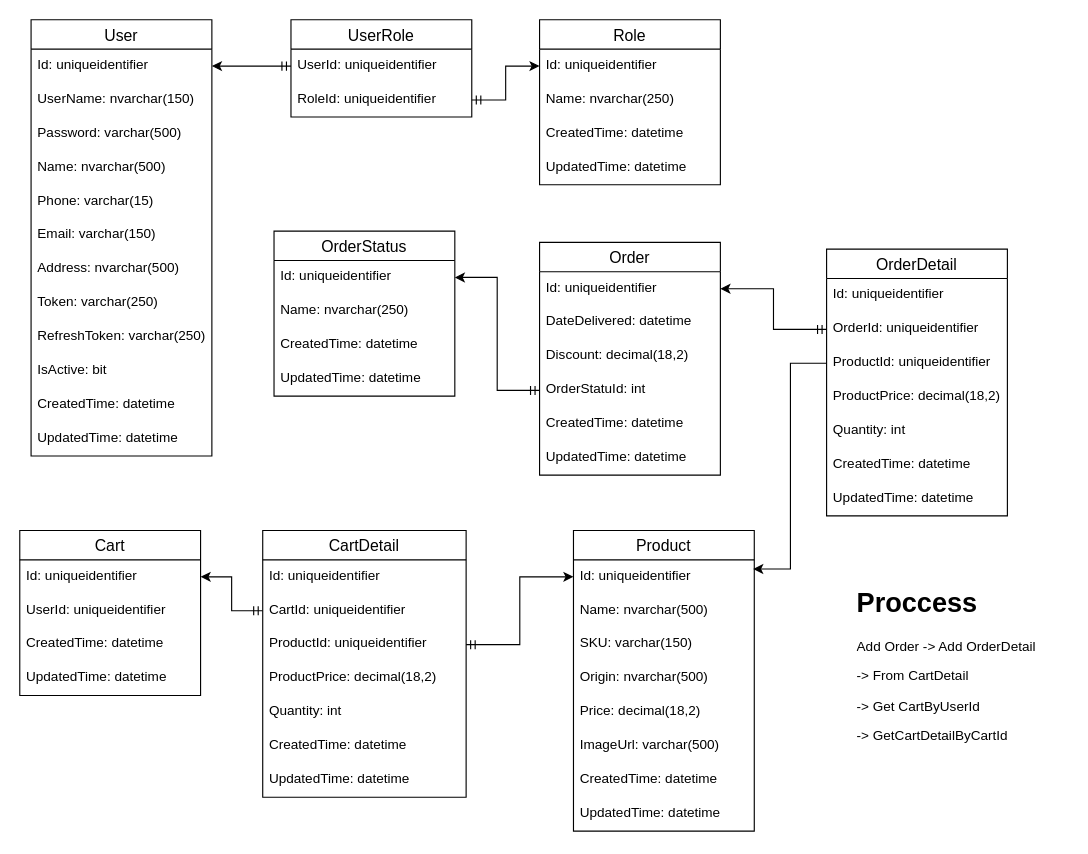
Earlier version of the draw.io diagram page "Database" (1 of 4) of DatabaseSimple.drawio (tientv-sothink-jp/order-process-training). Source tidied: cells renumbered, new cells numbered last; positions are measured from the earlier drawing's top-left corner, leaving out a move shared by most shapes. Both pictures are drawn from the tidied source at 113%, with x=0, y=0 at pixel (19, 19).
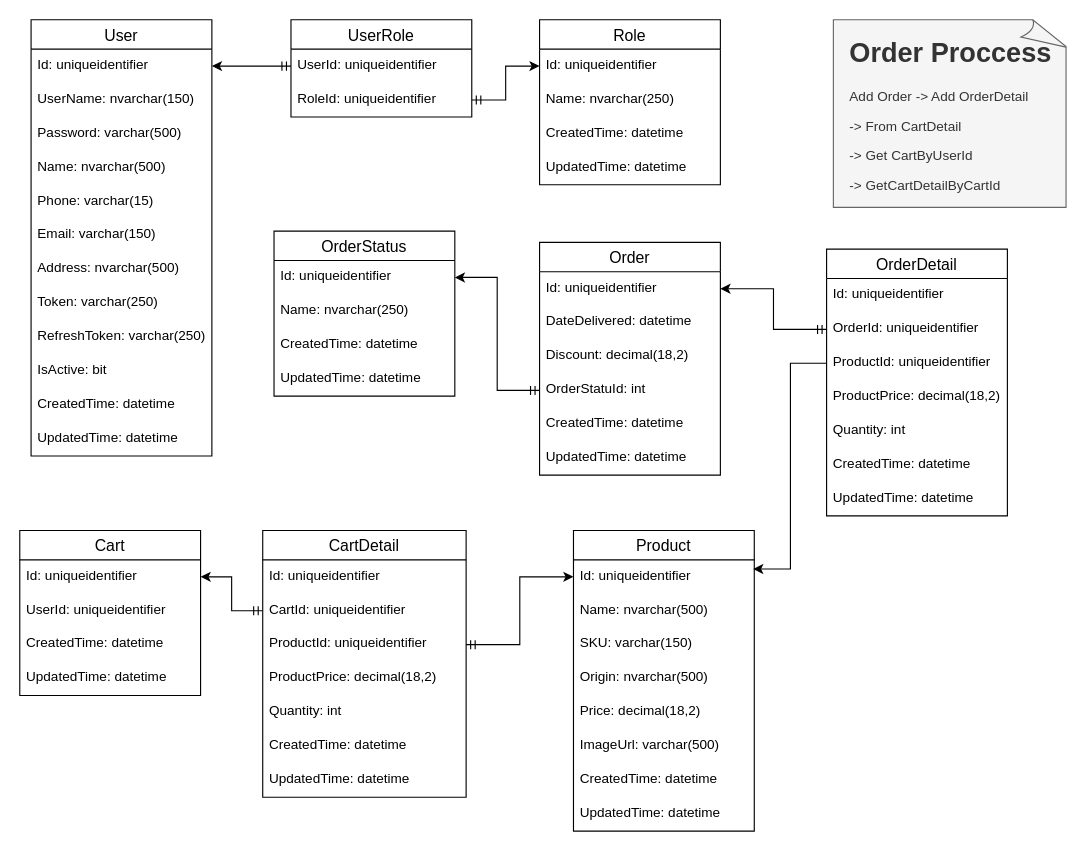
Above is the later version.

Change to the diagram source:
```diff
@@
-    <mxCell id="72" value="&lt;h1&gt;Proccess&lt;/h1&gt;&lt;p&gt;Add Order -&amp;gt; Add OrderDetail&lt;/p&gt;&lt;p&gt;-&amp;gt; From CartDetail&amp;nbsp;&lt;/p&gt;&lt;p&gt;-&amp;gt; Get CartByUserId&amp;nbsp;&lt;/p&gt;&lt;p&gt;-&amp;gt;&lt;span&gt;&amp;nbsp;GetCartDetailByCartId&lt;/span&gt;&lt;/p&gt;" style="text;html=1;strokeColor=none;fillColor=none;spacing=5;spacingTop=-20;whiteSpace=wrap;overflow=hidden;rounded=0;" parent="1" vertex="1">
-      <mxGeometry x="736" y="497" width="190" height="153" as="geometry" />
-    </mxCell>
+    <mxCell id="73" value="&lt;h1 style=&quot;text-align: left&quot;&gt;Order Proccess&lt;/h1&gt;&lt;p style=&quot;text-align: left&quot;&gt;Add Order -&amp;gt; Add OrderDetail&lt;/p&gt;&lt;p style=&quot;text-align: left&quot;&gt;-&amp;gt; From CartDetail&amp;nbsp;&lt;/p&gt;&lt;p style=&quot;text-align: left&quot;&gt;-&amp;gt; Get CartByUserId&amp;nbsp;&lt;/p&gt;&lt;p style=&quot;text-align: left&quot;&gt;-&amp;gt;&amp;nbsp;GetCartDetailByCartId&lt;/p&gt;" style="whiteSpace=wrap;html=1;shape=mxgraph.basic.document;fillColor=#f5f5f5;strokeColor=#666666;fontColor=#333333;" parent="1" vertex="1">
+      <mxGeometry x="720" width="208" height="166" as="geometry" />
+    </mxCell>
```
